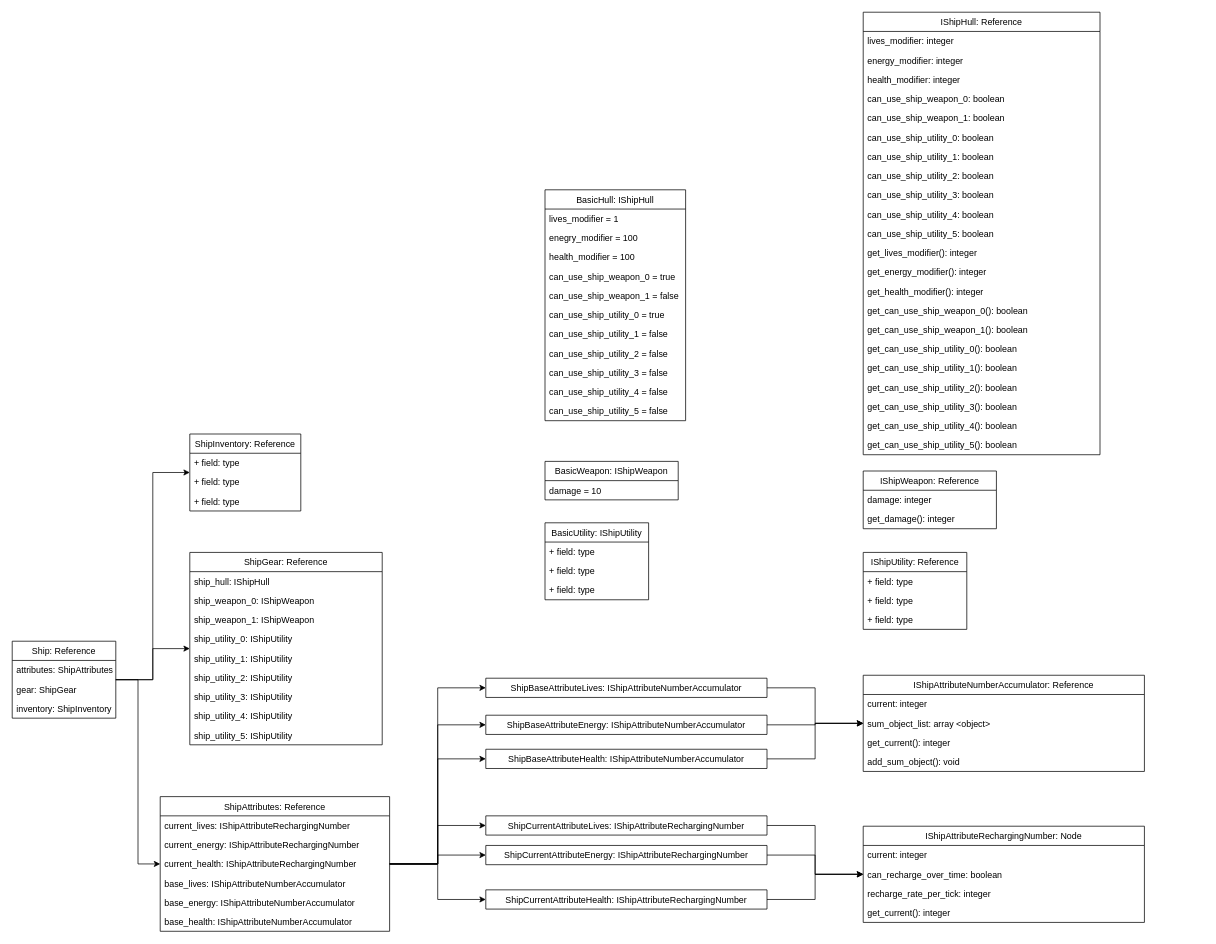
Above: docs/diagrams/ship_uml.drawio in gaudeon/interstice_fall_of_atlas (draw.io), before the change. Source tidied: cells renumbered, new cells numbered last; positions are measured from the earlier drawing's top-left corner, leaving out a move shared by most shapes. Both pictures are drawn from the tidied source at 74%, with x=0, y=0 at pixel (12, 12).
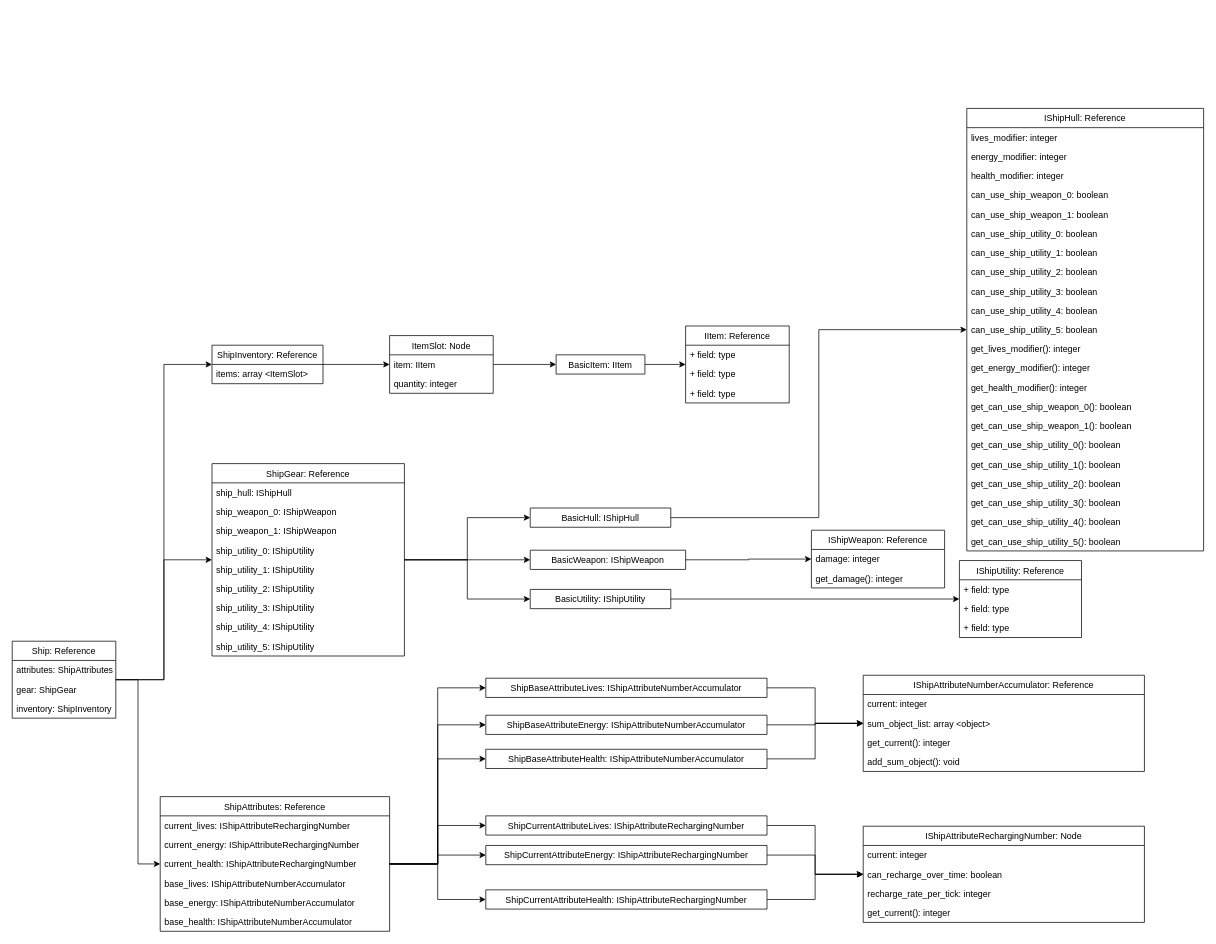
The same page after the edit.

Commit message (it also covers changes not shown here):
updated ship uml

Change to the diagram source:
```diff
@@
-    <mxCell id="44" value="ShipInventory: Reference" style="swimlane;fontStyle=0;horizontal=1;startSize=26;fillColor=none;" parent="1" vertex="1">
-      <mxGeometry x="240" y="570" width="150" height="104" as="geometry" />
-    </mxCell>
-    <mxCell id="45" value="+ field: type" style="text;strokeColor=none;fillColor=none;align=left;verticalAlign=top;spacingLeft=4;spacingRight=4;overflow=hidden;" parent="44" vertex="1">
-      <mxGeometry y="26" width="150" height="26" as="geometry" />
-    </mxCell>
-    <mxCell id="46" value="+ field: type" style="text;strokeColor=none;fillColor=none;align=left;verticalAlign=top;spacingLeft=4;spacingRight=4;overflow=hidden;" parent="44" vertex="1">
-      <mxGeometry y="52" width="150" height="26" as="geometry" />
-    </mxCell>
-    <mxCell id="47" value="+ field: type" style="text;strokeColor=none;fillColor=none;align=left;verticalAlign=top;spacingLeft=4;spacingRight=4;overflow=hidden;" parent="44" vertex="1">
-      <mxGeometry y="78" width="150" height="26" as="geometry" />
-    </mxCell>
+    <mxCell id="106" style="edgeStyle=orthogonalEdgeStyle;rounded=0;jettySize=auto;html=1;exitX=1;exitY=0.5;exitDx=0;exitDy=0;entryX=0;entryY=0.5;entryDx=0;entryDy=0;" parent="1" edge="1" source="88" target="58">
+      <mxGeometry relative="1" as="geometry" />
+    </mxCell>
+    <mxCell id="107" style="edgeStyle=orthogonalEdgeStyle;rounded=0;jettySize=auto;html=1;exitX=1;exitY=0.5;exitDx=0;exitDy=0;entryX=0;entryY=0.5;entryDx=0;entryDy=0;" parent="1" edge="1" source="44" target="115">
+      <mxGeometry relative="1" as="geometry" />
+    </mxCell>
+    <mxCell id="108" style="edgeStyle=orthogonalEdgeStyle;rounded=0;jettySize=auto;html=1;exitX=1;exitY=0.5;exitDx=0;exitDy=0;entryX=0;entryY=0.5;entryDx=0;entryDy=0;" parent="1" edge="1" source="115" target="118">
+      <mxGeometry relative="1" as="geometry" />
+    </mxCell>
+    <mxCell id="109" style="edgeStyle=orthogonalEdgeStyle;rounded=0;jettySize=auto;html=1;exitX=1;exitY=0.5;exitDx=0;exitDy=0;entryX=0;entryY=0.5;entryDx=0;entryDy=0;" parent="1" edge="1" source="48" target="88">
+      <mxGeometry relative="1" as="geometry" />
+    </mxCell>
+    <mxCell id="110" style="edgeStyle=orthogonalEdgeStyle;rounded=0;jettySize=auto;html=1;exitX=1;exitY=0.5;exitDx=0;exitDy=0;entryX=0;entryY=0.5;entryDx=0;entryDy=0;" parent="1" edge="1" source="48" target="100">
+      <mxGeometry relative="1" as="geometry" />
+    </mxCell>
+    <mxCell id="111" style="edgeStyle=orthogonalEdgeStyle;rounded=0;jettySize=auto;html=1;exitX=1;exitY=0.5;exitDx=0;exitDy=0;entryX=0;entryY=0.5;entryDx=0;entryDy=0;" parent="1" edge="1" source="48" target="102">
+      <mxGeometry relative="1" as="geometry" />
+    </mxCell>
+    <mxCell id="112" style="edgeStyle=orthogonalEdgeStyle;rounded=0;jettySize=auto;html=1;exitX=1;exitY=0.5;exitDx=0;exitDy=0;entryX=0;entryY=0.5;entryDx=0;entryDy=0;" parent="1" edge="1" source="100" target="81">
+      <mxGeometry relative="1" as="geometry" />
+    </mxCell>
+    <mxCell id="113" style="edgeStyle=orthogonalEdgeStyle;rounded=0;jettySize=auto;html=1;exitX=1;exitY=0.5;exitDx=0;exitDy=0;entryX=0;entryY=0.5;entryDx=0;entryDy=0;" parent="1" edge="1" source="102" target="84">
+      <mxGeometry relative="1" as="geometry" />
+    </mxCell>
+    <mxCell id="114" style="edgeStyle=orthogonalEdgeStyle;rounded=0;jettySize=auto;html=1;exitX=1;exitY=0.5;exitDx=0;exitDy=0;entryX=0;entryY=0.5;entryDx=0;entryDy=0;" parent="1" edge="1" source="118" target="119">
+      <mxGeometry relative="1" as="geometry" />
+    </mxCell>
     <mxCell id="48" value="ShipGear: Reference" style="swimlane;fontStyle=0;horizontal=1;startSize=26;fillColor=none;" parent="1" vertex="1">
-      <mxGeometry x="240" y="730" width="260" height="260" as="geometry" />
+      <mxGeometry x="270" y="610" width="260" height="260" as="geometry" />
     </mxCell>
@@
+    <mxCell id="102" value="BasicUtility: IShipUtility" style="swimlane;fontStyle=0;horizontal=1;startSize=26;fillColor=none;" parent="1" vertex="1" collapsed="1">
+      <mxGeometry x="700" y="780" width="190" height="26" as="geometry" />
+    </mxCell>
+    <mxCell id="88" value="BasicHull: IShipHull" style="swimlane;fontStyle=0;horizontal=1;startSize=26;fillColor=none;" parent="1" vertex="1" collapsed="1">
+      <mxGeometry x="700" y="670" width="190" height="26" as="geometry" />
+    </mxCell>
+    <mxCell id="100" value="BasicWeapon: IShipWeapon" style="swimlane;fontStyle=0;horizontal=1;startSize=26;fillColor=none;" parent="1" vertex="1" collapsed="1">
+      <mxGeometry x="700" y="727" width="210" height="26" as="geometry" />
+    </mxCell>
+    <mxCell id="84" value="IShipUtility: Reference" style="swimlane;fontStyle=0;horizontal=1;startSize=26;fillColor=none;" parent="1" vertex="1">
+      <mxGeometry x="1280" y="741" width="165" height="104" as="geometry" />
+    </mxCell>
+    <mxCell id="85" value="+ field: type" style="text;strokeColor=none;fillColor=none;align=left;verticalAlign=top;spacingLeft=4;spacingRight=4;overflow=hidden;" parent="84" vertex="1">
+      <mxGeometry y="26" width="165" height="26" as="geometry" />
+    </mxCell>
+    <mxCell id="86" value="+ field: type" style="text;strokeColor=none;fillColor=none;align=left;verticalAlign=top;spacingLeft=4;spacingRight=4;overflow=hidden;" parent="84" vertex="1">
+      <mxGeometry y="52" width="165" height="26" as="geometry" />
+    </mxCell>
+    <mxCell id="87" value="+ field: type" style="text;strokeColor=none;fillColor=none;align=left;verticalAlign=top;spacingLeft=4;spacingRight=4;overflow=hidden;" parent="84" vertex="1">
+      <mxGeometry y="78" width="165" height="26" as="geometry" />
+    </mxCell>
+    <mxCell id="81" value="IShipWeapon: Reference" style="swimlane;fontStyle=0;horizontal=1;startSize=26;fillColor=none;" parent="1" vertex="1">
+      <mxGeometry x="1080" y="700" width="180" height="78" as="geometry" />
+    </mxCell>
+    <mxCell id="82" value="damage: integer" style="text;strokeColor=none;fillColor=none;align=left;verticalAlign=top;spacingLeft=4;spacingRight=4;overflow=hidden;" parent="81" vertex="1">
+      <mxGeometry y="26" width="180" height="26" as="geometry" />
+    </mxCell>
+    <mxCell id="83" value="get_damage(): integer" style="text;strokeColor=none;fillColor=none;align=left;verticalAlign=top;spacingLeft=4;spacingRight=4;overflow=hidden;" parent="81" vertex="1">
+      <mxGeometry y="52" width="180" height="26" as="geometry" />
+    </mxCell>
     <mxCell id="58" value="IShipHull: Reference" style="swimlane;fontStyle=0;horizontal=1;startSize=26;fillColor=none;" parent="1" vertex="1">
-      <mxGeometry x="1150" width="320" height="598" as="geometry" />
+      <mxGeometry x="1290" y="130" width="320" height="598" as="geometry" />
     </mxCell>
@@
-    <mxCell id="81" value="IShipWeapon: Reference" style="swimlane;fontStyle=0;horizontal=1;startSize=26;fillColor=none;" parent="1" vertex="1">
-      <mxGeometry x="1150" y="620" width="180" height="78" as="geometry" />
-    </mxCell>
-    <mxCell id="82" value="damage: integer" style="text;strokeColor=none;fillColor=none;align=left;verticalAlign=top;spacingLeft=4;spacingRight=4;overflow=hidden;" parent="81" vertex="1">
-      <mxGeometry y="26" width="180" height="26" as="geometry" />
-    </mxCell>
-    <mxCell id="83" value="get_damage(): integer" style="text;strokeColor=none;fillColor=none;align=left;verticalAlign=top;spacingLeft=4;spacingRight=4;overflow=hidden;" parent="81" vertex="1">
-      <mxGeometry y="52" width="180" height="26" as="geometry" />
-    </mxCell>
-    <mxCell id="84" value="IShipUtility: Reference" style="swimlane;fontStyle=0;horizontal=1;startSize=26;fillColor=none;" parent="1" vertex="1">
-      <mxGeometry x="1150" y="730" width="140" height="104" as="geometry" />
-    </mxCell>
-    <mxCell id="85" value="+ field: type" style="text;strokeColor=none;fillColor=none;align=left;verticalAlign=top;spacingLeft=4;spacingRight=4;overflow=hidden;" parent="84" vertex="1">
-      <mxGeometry y="26" width="140" height="26" as="geometry" />
-    </mxCell>
-    <mxCell id="86" value="+ field: type" style="text;strokeColor=none;fillColor=none;align=left;verticalAlign=top;spacingLeft=4;spacingRight=4;overflow=hidden;" parent="84" vertex="1">
-      <mxGeometry y="52" width="140" height="26" as="geometry" />
-    </mxCell>
-    <mxCell id="87" value="+ field: type" style="text;strokeColor=none;fillColor=none;align=left;verticalAlign=top;spacingLeft=4;spacingRight=4;overflow=hidden;" parent="84" vertex="1">
-      <mxGeometry y="78" width="140" height="26" as="geometry" />
-    </mxCell>
-    <mxCell id="88" value="BasicHull: IShipHull" style="swimlane;fontStyle=0;horizontal=1;startSize=26;fillColor=none;" parent="1" vertex="1">
-      <mxGeometry x="720" y="240" width="190" height="312" as="geometry" />
-    </mxCell>
-    <mxCell id="89" value="lives_modifier = 1" style="text;strokeColor=none;fillColor=none;align=left;verticalAlign=top;spacingLeft=4;spacingRight=4;overflow=hidden;" parent="88" vertex="1">
-      <mxGeometry y="26" width="190" height="26" as="geometry" />
-    </mxCell>
-    <mxCell id="90" value="enegry_modifier = 100" style="text;strokeColor=none;fillColor=none;align=left;verticalAlign=top;spacingLeft=4;spacingRight=4;overflow=hidden;" parent="88" vertex="1">
-      <mxGeometry y="52" width="190" height="26" as="geometry" />
-    </mxCell>
-    <mxCell id="91" value="health_modifier = 100" style="text;strokeColor=none;fillColor=none;align=left;verticalAlign=top;spacingLeft=4;spacingRight=4;overflow=hidden;" parent="88" vertex="1">
-      <mxGeometry y="78" width="190" height="26" as="geometry" />
-    </mxCell>
-    <mxCell id="92" value="can_use_ship_weapon_0 = true" style="text;strokeColor=none;fillColor=none;align=left;verticalAlign=top;spacingLeft=4;spacingRight=4;overflow=hidden;" parent="88" vertex="1">
-      <mxGeometry y="104" width="190" height="26" as="geometry" />
-    </mxCell>
-    <mxCell id="93" value="can_use_ship_weapon_1 = false" style="text;strokeColor=none;fillColor=none;align=left;verticalAlign=top;spacingLeft=4;spacingRight=4;overflow=hidden;" parent="88" vertex="1">
-      <mxGeometry y="130" width="190" height="26" as="geometry" />
-    </mxCell>
-    <mxCell id="94" value="can_use_ship_utility_0 = true" style="text;strokeColor=none;fillColor=none;align=left;verticalAlign=top;spacingLeft=4;spacingRight=4;overflow=hidden;" parent="88" vertex="1">
-      <mxGeometry y="156" width="190" height="26" as="geometry" />
-    </mxCell>
-    <mxCell id="95" value="can_use_ship_utility_1 = false" style="text;strokeColor=none;fillColor=none;align=left;verticalAlign=top;spacingLeft=4;spacingRight=4;overflow=hidden;" parent="88" vertex="1">
-      <mxGeometry y="182" width="190" height="26" as="geometry" />
-    </mxCell>
-    <mxCell id="96" value="can_use_ship_utility_2 = false" style="text;strokeColor=none;fillColor=none;align=left;verticalAlign=top;spacingLeft=4;spacingRight=4;overflow=hidden;" parent="88" vertex="1">
-      <mxGeometry y="208" width="190" height="26" as="geometry" />
-    </mxCell>
-    <mxCell id="97" value="can_use_ship_utility_3 = false" style="text;strokeColor=none;fillColor=none;align=left;verticalAlign=top;spacingLeft=4;spacingRight=4;overflow=hidden;" parent="88" vertex="1">
-      <mxGeometry y="234" width="190" height="26" as="geometry" />
-    </mxCell>
-    <mxCell id="98" value="can_use_ship_utility_4 = false" style="text;strokeColor=none;fillColor=none;align=left;verticalAlign=top;spacingLeft=4;spacingRight=4;overflow=hidden;" parent="88" vertex="1">
-      <mxGeometry y="260" width="190" height="26" as="geometry" />
-    </mxCell>
-    <mxCell id="99" value="can_use_ship_utility_5 = false" style="text;strokeColor=none;fillColor=none;align=left;verticalAlign=top;spacingLeft=4;spacingRight=4;overflow=hidden;" parent="88" vertex="1">
-      <mxGeometry y="286" width="190" height="26" as="geometry" />
-    </mxCell>
-    <mxCell id="100" value="BasicWeapon: IShipWeapon" style="swimlane;fontStyle=0;horizontal=1;startSize=26;fillColor=none;" parent="1" vertex="1">
-      <mxGeometry x="720" y="607" width="180" height="52" as="geometry" />
-    </mxCell>
-    <mxCell id="101" value="damage = 10" style="text;strokeColor=none;fillColor=none;align=left;verticalAlign=top;spacingLeft=4;spacingRight=4;overflow=hidden;" parent="100" vertex="1">
-      <mxGeometry y="26" width="180" height="26" as="geometry" />
-    </mxCell>
-    <mxCell id="102" value="BasicUtility: IShipUtility" style="swimlane;fontStyle=0;horizontal=1;startSize=26;fillColor=none;" parent="1" vertex="1">
-      <mxGeometry x="720" y="690" width="140" height="104" as="geometry" />
-    </mxCell>
+    <mxCell id="44" value="ShipInventory: Reference" style="swimlane;fontStyle=0;horizontal=1;startSize=26;fillColor=none;" parent="1" vertex="1">
+      <mxGeometry x="270" y="450" width="150" height="52" as="geometry" />
+    </mxCell>
+    <mxCell id="45" value="items: array &lt;ItemSlot&gt;" style="text;strokeColor=none;fillColor=none;align=left;verticalAlign=top;spacingLeft=4;spacingRight=4;overflow=hidden;" parent="44" vertex="1">
+      <mxGeometry y="26" width="150" height="26" as="geometry" />
+    </mxCell>
+    <mxCell id="115" value="ItemSlot: Node" style="swimlane;fontStyle=0;horizontal=1;startSize=26;fillColor=none;" parent="1" vertex="1">
+      <mxGeometry x="510" y="437" width="140" height="78" as="geometry" />
+    </mxCell>
+    <mxCell id="116" value="item: IItem" style="text;strokeColor=none;fillColor=none;align=left;verticalAlign=top;spacingLeft=4;spacingRight=4;overflow=hidden;" parent="115" vertex="1">
+      <mxGeometry y="26" width="140" height="26" as="geometry" />
+    </mxCell>
+    <mxCell id="117" value="quantity: integer" style="text;strokeColor=none;fillColor=none;align=left;verticalAlign=top;spacingLeft=4;spacingRight=4;overflow=hidden;" parent="115" vertex="1">
+      <mxGeometry y="52" width="140" height="26" as="geometry" />
+    </mxCell>
+    <mxCell id="118" value="BasicItem: IItem" style="swimlane;fontStyle=0;horizontal=1;startSize=26;fillColor=none;" parent="1" vertex="1" collapsed="1">
+      <mxGeometry x="735" y="463" width="120" height="26" as="geometry" />
+    </mxCell>
+    <mxCell id="119" value="IItem: Reference" style="swimlane;fontStyle=0;horizontal=1;startSize=26;fillColor=none;" parent="1" vertex="1">
+      <mxGeometry x="910" y="424" width="140" height="104" as="geometry" />
+    </mxCell>
-    <mxCell id="103" value="+ field: type" style="text;strokeColor=none;fillColor=none;align=left;verticalAlign=top;spacingLeft=4;spacingRight=4;overflow=hidden;" parent="102" vertex="1">
+    <mxCell id="103" value="+ field: type" style="text;strokeColor=none;fillColor=none;align=left;verticalAlign=top;spacingLeft=4;spacingRight=4;overflow=hidden;" parent="119" vertex="1">
       <mxGeometry y="26" width="140" height="26" as="geometry" />
     </mxCell>
-    <mxCell id="104" value="+ field: type" style="text;strokeColor=none;fillColor=none;align=left;verticalAlign=top;spacingLeft=4;spacingRight=4;overflow=hidden;" parent="102" vertex="1">
+    <mxCell id="104" value="+ field: type" style="text;strokeColor=none;fillColor=none;align=left;verticalAlign=top;spacingLeft=4;spacingRight=4;overflow=hidden;" parent="119" vertex="1">
       <mxGeometry y="52" width="140" height="26" as="geometry" />
     </mxCell>
-    <mxCell id="105" value="+ field: type" style="text;strokeColor=none;fillColor=none;align=left;verticalAlign=top;spacingLeft=4;spacingRight=4;overflow=hidden;" parent="102" vertex="1">
+    <mxCell id="105" value="+ field: type" style="text;strokeColor=none;fillColor=none;align=left;verticalAlign=top;spacingLeft=4;spacingRight=4;overflow=hidden;" parent="119" vertex="1">
       <mxGeometry y="78" width="140" height="26" as="geometry" />
     </mxCell>
```
